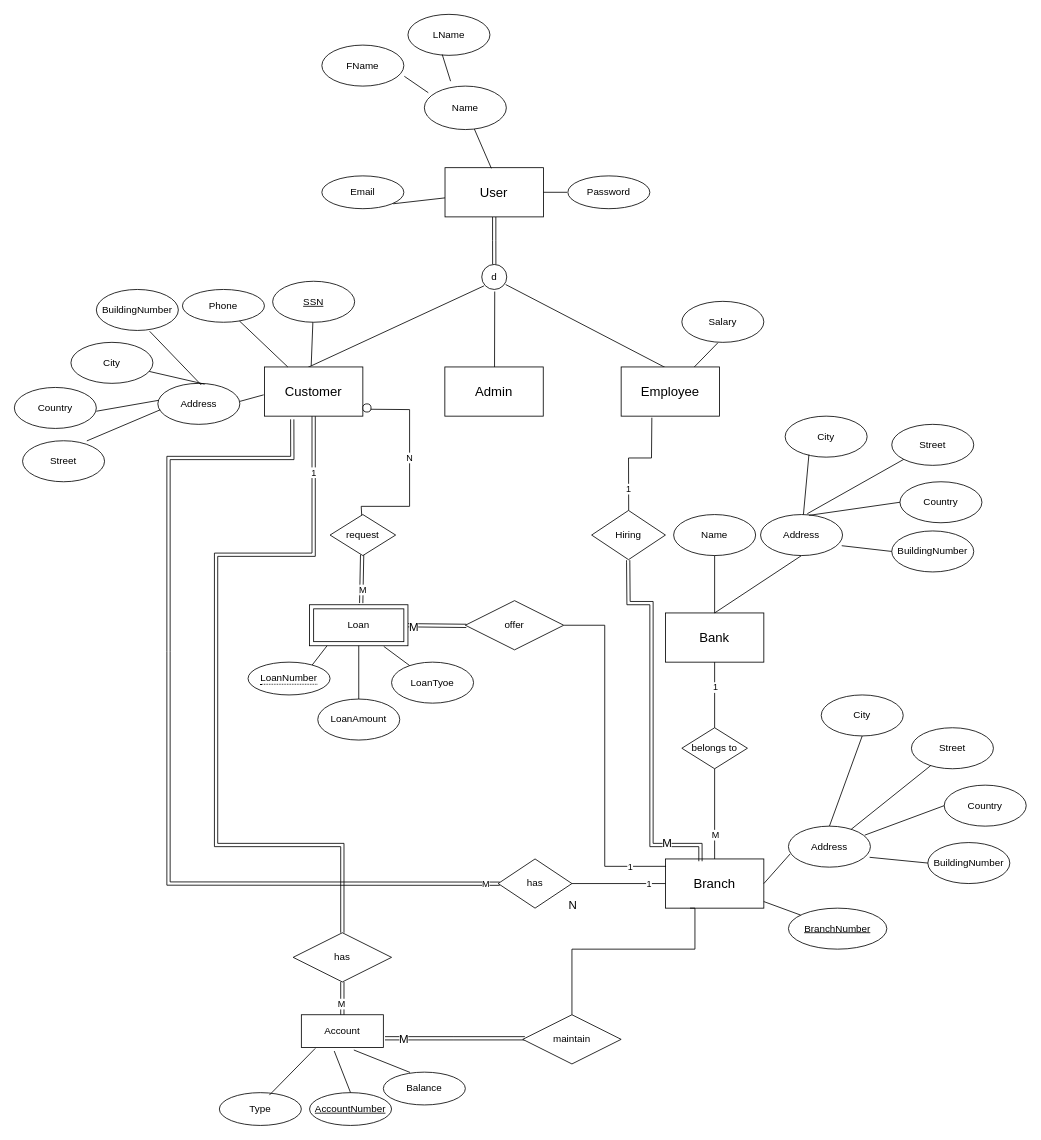
The draw.io diagram ERD/ERD.drawio in 3omarrabi3/Bank-App-Database, before the edit. Source tidied: cells renumbered, new cells numbered last; positions are measured from the earlier drawing's top-left corner, leaving out a move shared by most shapes. Both pictures are drawn from the tidied source at 82%, with x=0, y=0 at pixel (14, 14).
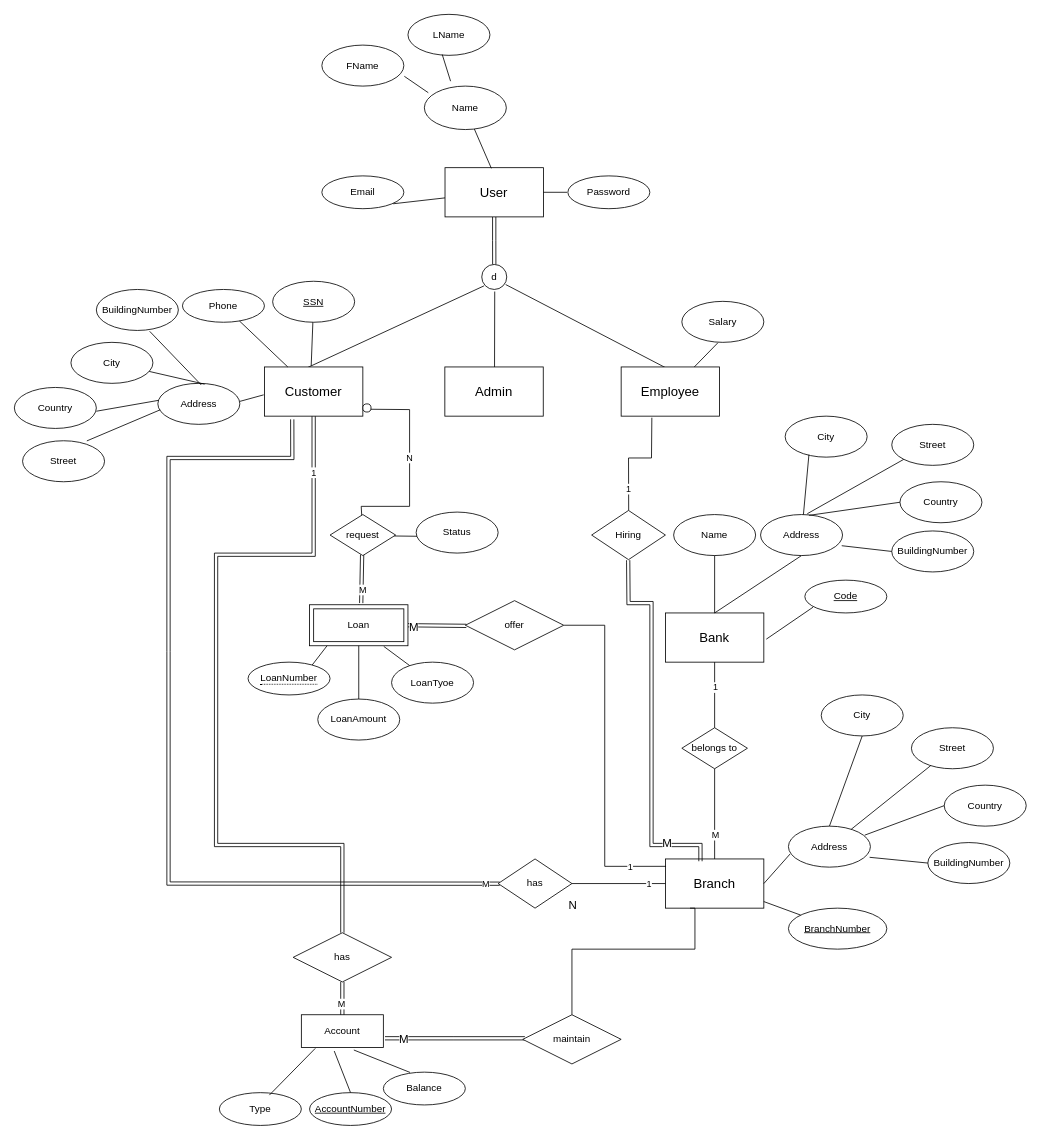
The same page after the edit.

The change refers to these unchanged cells:
```xml
<mxCell id="2" value="&lt;font size=&quot;3&quot;&gt;Bank&lt;/font&gt;" style="rounded=0;whiteSpace=wrap;html=1;" parent="1" vertex="1">
  <mxGeometry x="794" y="730" width="120" height="60" as="geometry" />
</mxCell>
<mxCell id="100" value="request" style="rhombus;whiteSpace=wrap;html=1;rounded=0;" parent="1" vertex="1">
  <mxGeometry x="385" y="610" width="80" height="50" as="geometry" />
</mxCell>
```

Change to the diagram source:
```diff
@@
+    <mxCell id="113" style="endArrow=none;html=1;rounded=0;entryX=0.1;entryY=0.825;entryDx=0;entryDy=0;exitX=1.025;exitY=0.533;exitDx=0;exitDy=0;exitPerimeter=0;entryPerimeter=0;" parent="1" edge="1" source="2" target="114">
+      <mxGeometry relative="1" as="geometry" />
+    </mxCell>
+    <mxCell id="114" value="&lt;u&gt;Code&lt;/u&gt;" style="ellipse;whiteSpace=wrap;html=1;align=center;" parent="1" vertex="1">
+      <mxGeometry x="964" y="690" width="100" height="40" as="geometry" />
+    </mxCell>
+    <mxCell id="115" style="endArrow=none;html=1;rounded=0;exitX=0.979;exitY=0.523;exitDx=0;exitDy=0;exitPerimeter=0;entryX=0.017;entryY=0.59;entryDx=0;entryDy=0;entryPerimeter=0;" parent="1" edge="1" source="100" target="116">
+      <mxGeometry relative="1" as="geometry" />
+    </mxCell>
+    <mxCell id="116" value="Status" style="ellipse;whiteSpace=wrap;html=1;" parent="1" vertex="1">
+      <mxGeometry x="490" y="607" width="100" height="50" as="geometry" />
+    </mxCell>
```
